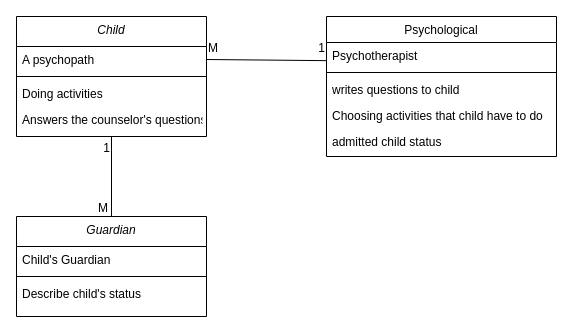
xdayeh/Modeling-software keeps this draw.io diagram as Untitled Diagram.drawio. Above is the earlier version. Source tidied: cells renumbered, new cells numbered last; positions are measured from the earlier drawing's top-left corner, leaving out a move shared by most shapes. Both pictures are drawn from the tidied source at 100%, with x=0, y=0 at pixel (16, 16).
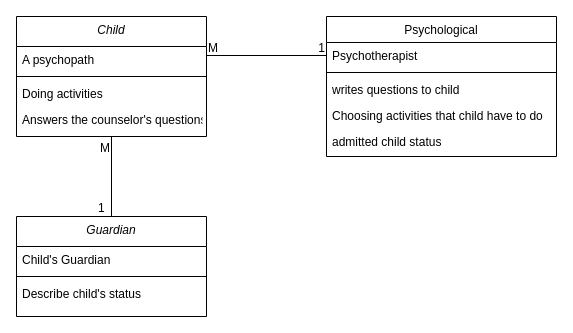
Above is the later version.

Unchanged cells that the change refers to:
```xml
<mxCell id="3" value="A psychopath" style="text;align=left;verticalAlign=top;spacingLeft=4;spacingRight=4;overflow=hidden;points=[[0,0.5],[1,0.5]];portConstraint=eastwest;rounded=0;shadow=0;html=0;" parent="2" vertex="1">
  <mxGeometry y="30" width="190" height="26" as="geometry" />
</mxCell>
<mxCell id="8" value="Psychotherapist" style="text;align=left;verticalAlign=top;spacingLeft=4;spacingRight=4;overflow=hidden;points=[[0,0.5],[1,0.5]];portConstraint=eastwest;" parent="7" vertex="1">
  <mxGeometry y="26" width="230" height="26" as="geometry" />
</mxCell>
```

What changed in the source:
```diff
@@
-    <mxCell id="18" value="M" style="align=left;verticalAlign=bottom;labelBackgroundColor=none;fontSize=12;" parent="1" vertex="1">
+    <mxCell id="18" value="1" style="align=left;verticalAlign=bottom;labelBackgroundColor=none;fontSize=12;direction=north;" parent="1" vertex="1">
       <mxGeometry x="80" y="200" as="geometry" />
     </mxCell>
-    <mxCell id="19" value="1" style="align=right;verticalAlign=bottom;labelBackgroundColor=none;fontSize=12;" parent="1" vertex="1">
+    <mxCell id="19" value="M" style="align=right;verticalAlign=bottom;labelBackgroundColor=none;fontSize=12;" parent="1" vertex="1">
       <mxGeometry x="95" y="140" as="geometry" />
     </mxCell>
-    <mxCell id="20" style="endArrow=none;html=1;fontSize=10;exitX=1;exitY=0.5;exitDx=0;exitDy=0;entryX=-0.002;entryY=0.698;entryDx=0;entryDy=0;entryPerimeter=0;" parent="1" edge="1" source="3" target="8">
-      <mxGeometry relative="1" as="geometry" />
+    <mxCell id="20" style="endArrow=none;html=1;fontSize=10;entryX=0;entryY=0.5;entryDx=0;entryDy=0;" parent="1" edge="1" target="8">
+      <mxGeometry relative="1" as="geometry">
+        <mxPoint x="190" y="39" as="sourcePoint" />
+      </mxGeometry>
     </mxCell>
```
